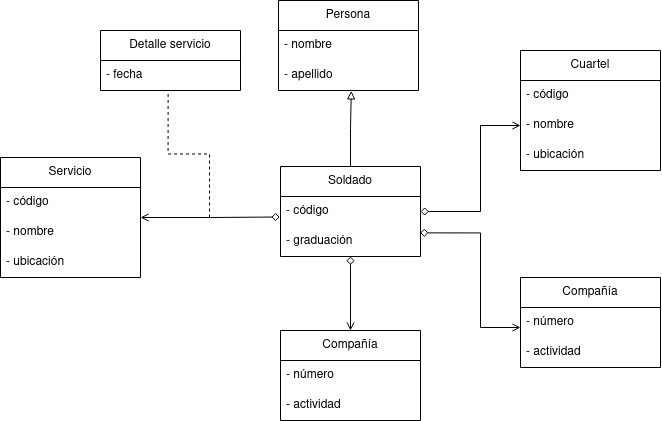
Above: Tema 5. Diagramas de clase/Tarea 3. Ministerio defensa/img/MinisterioDefensa.drawio.png in colidom/ets (draw.io), before the change. Source tidied: cells renumbered, new cells last; positions are measured from the earlier drawing's top-left corner, leaving out a move shared by most shapes.
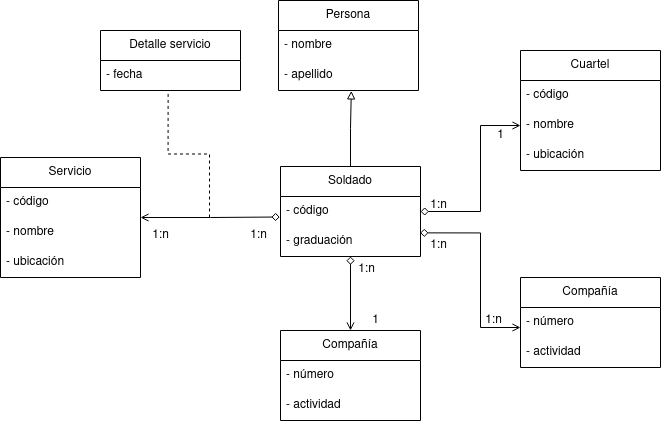
The same file after the commit.

What changed in the source:
```diff
@@ -98,5 +98,29 @@
         <mxPoint x="209" y="217" as="sourcePoint" />
       </mxGeometry>
     </mxCell>
+    <mxCell id="30" value="1:n" style="text;html=1;align=center;verticalAlign=middle;strokeColor=none;fillColor=none;" parent="1" vertex="1">
+      <mxGeometry x="418" y="230" width="40" height="30" as="geometry" />
+    </mxCell>
+    <mxCell id="31" value="1:n" style="text;html=1;align=center;verticalAlign=middle;strokeColor=none;fillColor=none;" parent="1" vertex="1">
+      <mxGeometry x="473" y="305" width="40" height="30" as="geometry" />
+    </mxCell>
+    <mxCell id="32" value="1:n" style="text;html=1;align=center;verticalAlign=middle;strokeColor=none;fillColor=none;" parent="1" vertex="1">
+      <mxGeometry x="418" y="190" width="40" height="30" as="geometry" />
+    </mxCell>
+    <mxCell id="33" value="1" style="text;html=1;align=center;verticalAlign=middle;strokeColor=none;fillColor=none;" parent="1" vertex="1">
+      <mxGeometry x="485" y="120" width="30" height="30" as="geometry" />
+    </mxCell>
+    <mxCell id="34" value="1" style="text;html=1;align=center;verticalAlign=middle;strokeColor=none;fillColor=none;" parent="1" vertex="1">
+      <mxGeometry x="360" y="305" width="30" height="30" as="geometry" />
+    </mxCell>
+    <mxCell id="35" value="1:n" style="text;html=1;align=center;verticalAlign=middle;strokeColor=none;fillColor=none;" parent="1" vertex="1">
+      <mxGeometry x="346" y="254" width="40" height="30" as="geometry" />
+    </mxCell>
+    <mxCell id="36" value="1:n" style="text;html=1;align=center;verticalAlign=middle;strokeColor=none;fillColor=none;" parent="1" vertex="1">
+      <mxGeometry x="238" y="220" width="40" height="30" as="geometry" />
+    </mxCell>
+    <mxCell id="37" value="1:n" style="text;html=1;align=center;verticalAlign=middle;strokeColor=none;fillColor=none;" parent="1" vertex="1">
+      <mxGeometry x="140" y="220" width="40" height="30" as="geometry" />
+    </mxCell>
   </root>
 </mxGraphModel>
```
